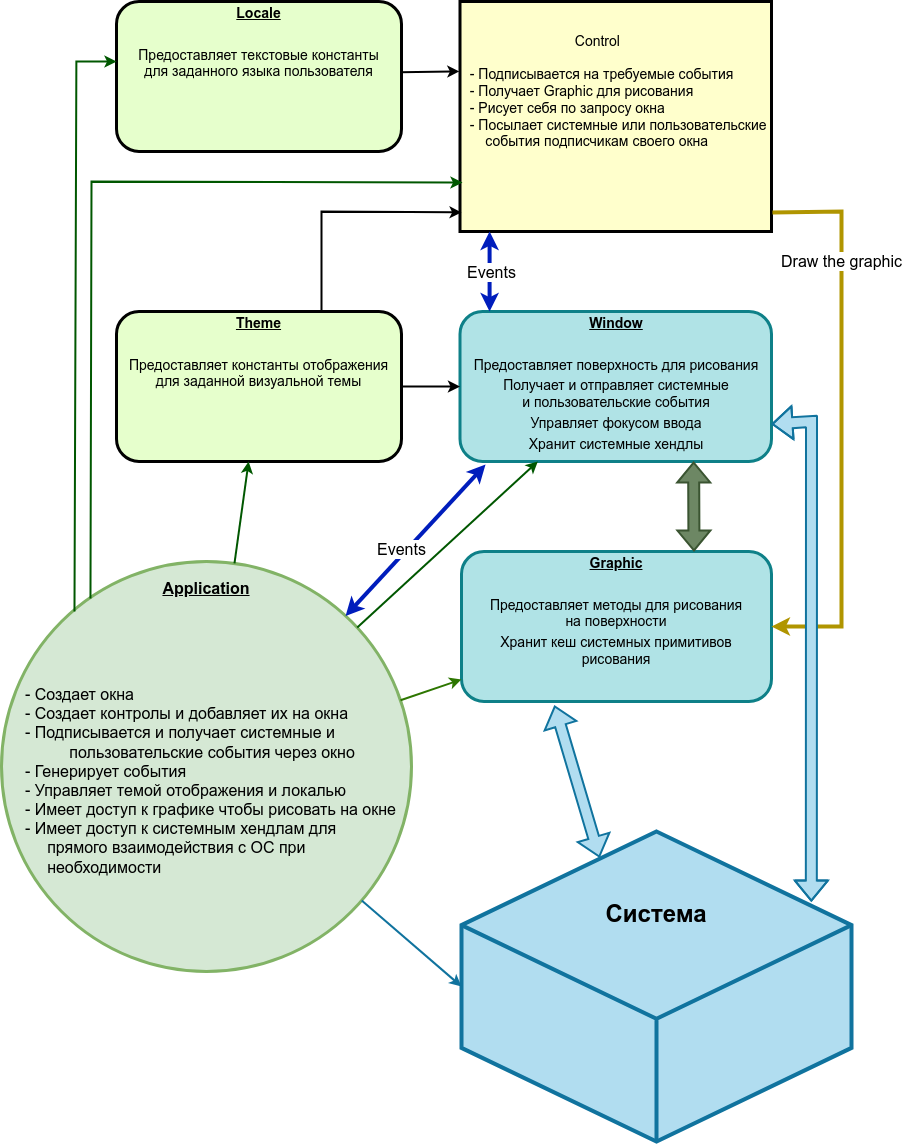
Before: doc/ru/img/system.png, a diagram exported from draw.io (ud84/wui). Source tidied: cells renumbered, new cells last; positions are measured from the earlier drawing's top-left corner, leaving out a move shared by most shapes.
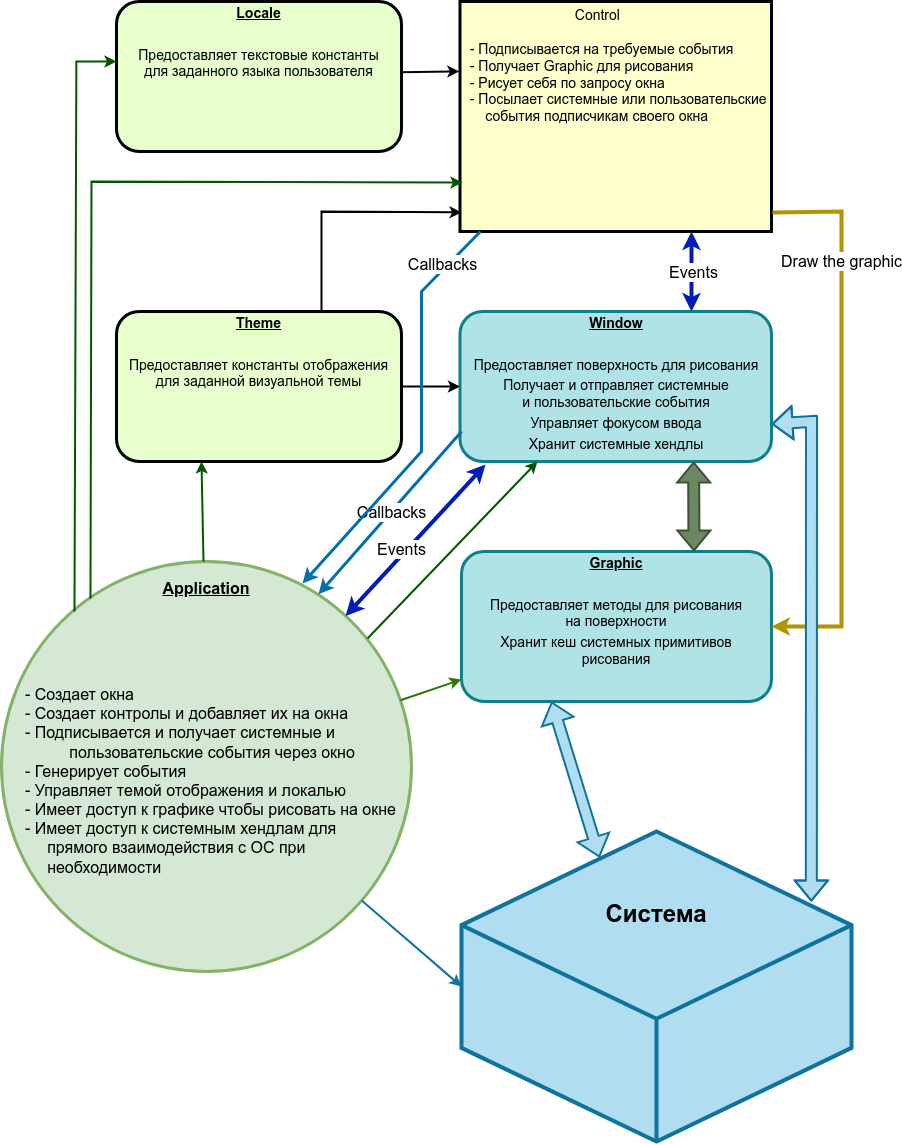
The same diagram one commit later.

Commit message:
Updated diagram, cleanup

The edit, as a diff of the source:
```diff
@@ -11,7 +11,7 @@
     <mxCell id="4" style="shape=flexArrow;endArrow=classic;startArrow=classic;html=1;rounded=0;exitX=0.75;exitY=1;exitDx=0;exitDy=0;entryX=0.75;entryY=0;entryDx=0;entryDy=0;strokeWidth=2;fillColor=#6d8764;strokeColor=#3A5431;" parent="1" edge="1" source="2" target="3">
       <mxGeometry relative="1" as="geometry" />
     </mxCell>
-    <mxCell id="5" value="                             Control&#10;&#10;  - Подписывается на требуемые события&#10;  - Получает Graphic для рисования&#10;  - Рисует себя по запросу окна&#10;  - Посылает системные или пользовательские        события подписчикам своего окна&#10;&#10;&#10;" style="whiteSpace=wrap;align=left;verticalAlign=middle;fontStyle=0;strokeWidth=3;fillColor=#FFFFCC;fontSize=14;" parent="1" vertex="1">
+    <mxCell id="5" value="                             Control&#10;&#10;  - Подписывается на требуемые события&#10;  - Получает Graphic для рисования&#10;  - Рисует себя по запросу окна&#10;  - Посылает системные или пользовательские        события подписчикам своего окна&#10;&#10;&#10;&#10;&#10;&#10;" style="whiteSpace=wrap;align=left;verticalAlign=middle;fontStyle=0;strokeWidth=3;fillColor=#FFFFCC;fontSize=14;" parent="1" vertex="1">
       <mxGeometry x="458.5" width="311.5" height="230" as="geometry" />
     </mxCell>
     <mxCell id="6" value="&lt;b style=&quot;border-color: var(--border-color); font-size: 16px;&quot;&gt;&lt;u style=&quot;border-color: var(--border-color);&quot;&gt;Application&lt;br&gt;&lt;/u&gt;&lt;/b&gt;&lt;br&gt;&lt;br&gt;&lt;br&gt;&lt;br&gt;&lt;br&gt;&lt;br style=&quot;border-color: var(--border-color); font-size: 16px;&quot;&gt;&lt;div style=&quot;border-color: var(--border-color); font-size: 16px; text-align: left;&quot;&gt;&amp;nbsp; - Создает окна&lt;/div&gt;&lt;div style=&quot;border-color: var(--border-color); font-size: 16px; text-align: left;&quot;&gt;&lt;span style=&quot;border-color: var(--border-color); background-color: initial;&quot;&gt;&amp;nbsp; - Создает контролы и добавляет их на окна&lt;/span&gt;&lt;/div&gt;&lt;div style=&quot;border-color: var(--border-color); font-size: 16px; text-align: left;&quot;&gt;&lt;span style=&quot;border-color: var(--border-color); background-color: initial;&quot;&gt;&amp;nbsp; - Подписывается и получает системные и&lt;br style=&quot;border-color: var(--border-color);&quot;&gt;&amp;nbsp; &amp;nbsp; &amp;nbsp; &amp;nbsp; &amp;nbsp; &amp;nbsp; пользовательские&amp;nbsp;&lt;/span&gt;&lt;span style=&quot;border-color: var(--border-color); background-color: initial;&quot;&gt;события через окно&lt;/span&gt;&lt;/div&gt;&lt;div style=&quot;border-color: var(--border-color); font-size: 16px; text-align: left;&quot;&gt;&lt;span style=&quot;border-color: var(--border-color); background-color: initial;&quot;&gt;&amp;nbsp; - Генерирует события&lt;/span&gt;&lt;/div&gt;&lt;div style=&quot;border-color: var(--border-color); font-size: 16px; text-align: left;&quot;&gt;&lt;span style=&quot;border-color: var(--border-color); background-color: initial;&quot;&gt;&amp;nbsp; - Управляет темой отображения и локалью&lt;br style=&quot;border-color: var(--border-color);&quot;&gt;&amp;nbsp; - Имеет доступ к графике чтобы рисовать на окне&lt;/span&gt;&lt;/div&gt;&lt;div style=&quot;border-color: var(--border-color); font-size: 16px; text-align: left;&quot;&gt;&lt;span style=&quot;border-color: var(--border-color); background-color: initial;&quot;&gt;&amp;nbsp; - Имеет доступ к системным хендлам для&lt;br style=&quot;border-color: var(--border-color);&quot;&gt;&amp;nbsp; &amp;nbsp; &amp;nbsp; &amp;nbsp;прямого взаимодействия с ОС&amp;nbsp;при &lt;br&gt;&amp;nbsp; &amp;nbsp; &amp;nbsp; &amp;nbsp;необходимости&lt;br style=&quot;border-color: var(--border-color);&quot;&gt;&lt;/span&gt;&lt;/div&gt;&lt;div style=&quot;border-color: var(--border-color); font-size: 16px; text-align: left;&quot;&gt;&lt;span style=&quot;border-color: var(--border-color); background-color: initial;&quot;&gt;&lt;br&gt;&lt;/span&gt;&lt;/div&gt;&lt;div style=&quot;border-color: var(--border-color); font-size: 16px; text-align: left;&quot;&gt;&lt;span style=&quot;border-color: var(--border-color); background-color: initial;&quot;&gt;&lt;br&gt;&lt;/span&gt;&lt;/div&gt;&lt;div style=&quot;border-color: var(--border-color); font-size: 16px; text-align: left;&quot;&gt;&lt;br&gt;&lt;/div&gt;&lt;div style=&quot;border-color: var(--border-color); font-size: 16px; text-align: left;&quot;&gt;&lt;span style=&quot;border-color: var(--border-color); background-color: initial;&quot;&gt;&lt;br&gt;&lt;/span&gt;&lt;/div&gt;" style="ellipse;whiteSpace=wrap;html=1;fillColor=#d5e8d4;strokeColor=#82b366;strokeWidth=3;" parent="1" vertex="1">
@@ -60,11 +60,11 @@
         </Array>
       </mxGeometry>
     </mxCell>
-    <mxCell id="15" style="endArrow=classic;html=1;rounded=0;strokeWidth=2;fillColor=#008a00;strokeColor=#005700;" parent="1" edge="1" source="6" target="8">
-      <mxGeometry relative="1" as="geometry" />
-    </mxCell>
-    <mxCell id="16" style="endArrow=classic;startArrow=classic;html=1;rounded=0;exitX=0.095;exitY=1;exitDx=0;exitDy=0;exitPerimeter=0;entryX=0.095;entryY=0;entryDx=0;entryDy=0;entryPerimeter=0;strokeWidth=4;fillColor=#0050ef;strokeColor=#001DBC;" parent="1" edge="1" source="5" target="2">
-      <mxGeometry relative="1" as="geometry" />
+    <mxCell id="16" style="endArrow=classic;startArrow=classic;html=1;rounded=0;exitX=0.095;exitY=1;exitDx=0;exitDy=0;exitPerimeter=0;entryX=0.095;entryY=0;entryDx=0;entryDy=0;entryPerimeter=0;strokeWidth=4;fillColor=#0050ef;strokeColor=#001DBC;" parent="1" edge="1">
+      <mxGeometry relative="1" as="geometry">
+        <mxPoint x="690" y="230" as="sourcePoint" />
+        <mxPoint x="690" y="310" as="targetPoint" />
+      </mxGeometry>
     </mxCell>
     <mxCell id="17" value="&lt;font style=&quot;font-size: 16px;&quot;&gt;Events&lt;br&gt;&lt;/font&gt;" style="edgeLabel;html=1;align=center;verticalAlign=middle;" parent="16" vertex="1">
       <mxGeometry x="0.21" y="1" relative="1" as="geometry">
@@ -78,9 +78,6 @@
         </Array>
       </mxGeometry>
     </mxCell>
-    <mxCell id="19" style="endArrow=classic;html=1;rounded=0;strokeWidth=2;fillColor=#008a00;strokeColor=#005700;entryX=0.25;entryY=1;entryDx=0;entryDy=0;" parent="1" edge="1" source="6" target="2">
-      <mxGeometry relative="1" as="geometry" />
-    </mxCell>
     <mxCell id="20" style="endArrow=classic;html=1;rounded=0;strokeWidth=2;fillColor=#60a917;strokeColor=#2D7600;" parent="1" edge="1" source="6" target="3">
       <mxGeometry relative="1" as="geometry" />
     </mxCell>
@@ -94,8 +91,10 @@
         </Array>
       </mxGeometry>
     </mxCell>
-    <mxCell id="23" style="shape=flexArrow;endArrow=classic;startArrow=classic;html=1;rounded=0;exitX=0.3;exitY=1.027;exitDx=0;exitDy=0;exitPerimeter=0;fillColor=#b1ddf0;strokeColor=#10739e;strokeWidth=2;entryX=0.354;entryY=0.084;entryDx=0;entryDy=0;entryPerimeter=0;" parent="1" edge="1" source="3" target="21">
-      <mxGeometry relative="1" as="geometry" />
+    <mxCell id="23" style="shape=flexArrow;endArrow=classic;startArrow=classic;html=1;rounded=0;fillColor=#b1ddf0;strokeColor=#10739e;strokeWidth=2;entryX=0.354;entryY=0.084;entryDx=0;entryDy=0;entryPerimeter=0;" parent="1" edge="1" target="21">
+      <mxGeometry relative="1" as="geometry">
+        <mxPoint x="550" y="700" as="sourcePoint" />
+      </mxGeometry>
     </mxCell>
     <mxCell id="24" style="endArrow=classic;html=1;rounded=0;fillColor=#b1ddf0;strokeColor=#10739e;strokeWidth=2;entryX=0;entryY=0.5;entryDx=0;entryDy=0;entryPerimeter=0;" parent="1" edge="1" source="6" target="21">
       <mxGeometry relative="1" as="geometry" />
@@ -108,5 +107,40 @@
         <mxPoint y="-8" as="offset" />
       </mxGeometry>
     </mxCell>
+    <mxCell id="27" style="endArrow=classic;html=1;rounded=0;entryX=0.773;entryY=0.08;entryDx=0;entryDy=0;entryPerimeter=0;exitX=0.005;exitY=0.8;exitDx=0;exitDy=0;exitPerimeter=0;strokeWidth=3;fillColor=#1ba1e2;strokeColor=#006EAF;" parent="1" edge="1" source="2" target="6">
+      <mxGeometry relative="1" as="geometry" />
+    </mxCell>
+    <mxCell id="28" value="&lt;font style=&quot;font-size: 16px;&quot;&gt;Callbacks&lt;/font&gt;" style="edgeLabel;html=1;align=center;verticalAlign=middle;" parent="27" vertex="1">
+      <mxGeometry x="0.15" y="-1" relative="1" as="geometry">
+        <mxPoint x="13" y="-13" as="offset" />
+      </mxGeometry>
+    </mxCell>
+    <mxCell id="29" style="endArrow=classic;html=1;rounded=0;strokeWidth=2;fillColor=#008a00;strokeColor=#005700;entryX=0.25;entryY=1;entryDx=0;entryDy=0;exitX=0.893;exitY=0.188;exitDx=0;exitDy=0;exitPerimeter=0;" parent="1" edge="1">
+      <mxGeometry relative="1" as="geometry">
+        <mxPoint x="366" y="637" as="sourcePoint" />
+        <mxPoint x="536" y="460" as="targetPoint" />
+      </mxGeometry>
+    </mxCell>
+    <mxCell id="30" style="endArrow=classic;html=1;rounded=0;strokeWidth=2;fillColor=#008a00;strokeColor=#005700;entryX=0.298;entryY=1;entryDx=0;entryDy=0;entryPerimeter=0;" parent="1" edge="1">
+      <mxGeometry relative="1" as="geometry">
+        <mxPoint x="202" y="560" as="sourcePoint" />
+        <mxPoint x="200" y="460" as="targetPoint" />
+      </mxGeometry>
+    </mxCell>
+    <mxCell id="31" style="endArrow=classic;html=1;rounded=0;entryX=0.734;entryY=0.054;entryDx=0;entryDy=0;entryPerimeter=0;strokeWidth=3;fillColor=#1ba1e2;strokeColor=#006EAF;" parent="1" edge="1">
+      <mxGeometry relative="1" as="geometry">
+        <mxPoint x="479" y="230" as="sourcePoint" />
+        <mxPoint x="301" y="582" as="targetPoint" />
+        <Array as="points">
+          <mxPoint x="420" y="290" />
+          <mxPoint x="420" y="450" />
+        </Array>
+      </mxGeometry>
+    </mxCell>
+    <mxCell id="32" value="&lt;font style=&quot;font-size: 16px;&quot;&gt;Callbacks&lt;/font&gt;" style="edgeLabel;html=1;align=center;verticalAlign=middle;" parent="31" vertex="1">
+      <mxGeometry x="-0.57" relative="1" as="geometry">
+        <mxPoint x="20" y="-35" as="offset" />
+      </mxGeometry>
+    </mxCell>
   </root>
 </mxGraphModel>
```
